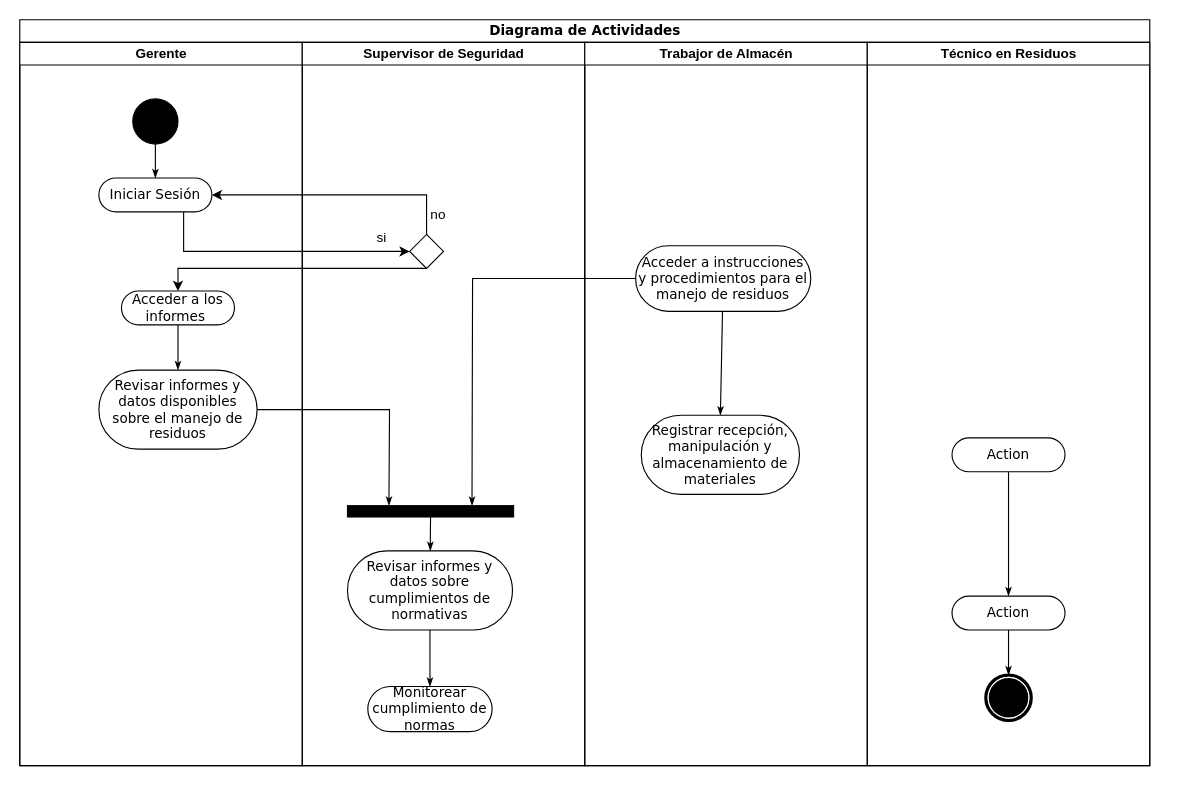
The draw.io diagram Programacion Web Diagrama Carril.drawio in misiomishi/itcj, before the edit. Source tidied: cells renumbered, new cells numbered last; positions are measured from the earlier drawing's top-left corner, leaving out a move shared by most shapes. Both pictures are drawn from the tidied source at 113%, with x=0, y=0 at pixel (19, 19).
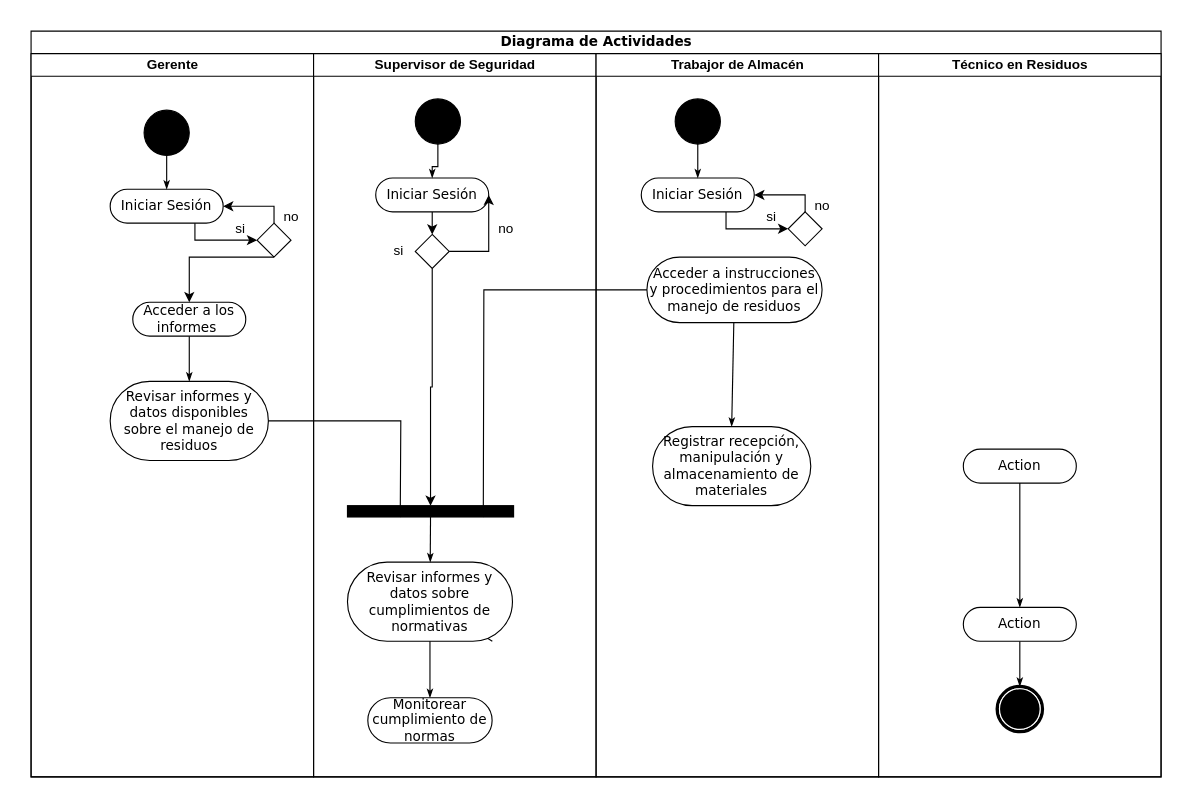
The same page after the edit.

The change refers to these unchanged cells:
```xml
<mxCell id="3" value="Gerente" style="swimlane;html=1;startSize=20;" parent="2" vertex="1">
  <mxGeometry y="20" width="250" height="640" as="geometry" />
</mxCell>
<mxCell id="4" value="Acceder a los informes&amp;nbsp;" style="rounded=1;whiteSpace=wrap;html=1;shadow=0;comic=0;labelBackgroundColor=none;strokeWidth=1;fontFamily=Verdana;fontSize=12;align=center;arcSize=50;" parent="3" vertex="1">
  <mxGeometry x="90" y="220" width="100" height="30" as="geometry" />
</mxCell>
<mxCell id="8" value="Iniciar Sesión" style="rounded=1;whiteSpace=wrap;html=1;shadow=0;comic=0;labelBackgroundColor=none;strokeWidth=1;fontFamily=Verdana;fontSize=12;align=center;arcSize=50;" parent="3" vertex="1">
  <mxGeometry x="70" y="120" width="100" height="30" as="geometry" />
</mxCell>
<mxCell id="10" value="Supervisor de Seguridad" style="swimlane;html=1;startSize=20;" parent="2" vertex="1">
  <mxGeometry x="250" y="20" width="250" height="640" as="geometry" />
</mxCell>
<mxCell id="18" value="Trabajor de Almacén" style="swimlane;html=1;startSize=20;" parent="2" vertex="1">
  <mxGeometry x="500" y="20" width="250" height="640" as="geometry" />
</mxCell>
<mxCell id="34" style="whiteSpace=wrap;html=1;rounded=0;shadow=0;comic=0;labelBackgroundColor=none;strokeWidth=1;fillColor=#000000;fontFamily=Verdana;fontSize=12;align=center;rotation=0;" parent="1" vertex="1">
  <mxGeometry x="290" y="430" width="147" height="10" as="geometry" />
</mxCell>
```

Change to the diagram source:
```diff
@@
     <mxCell id="2" value="Diagrama de Actividades" style="swimlane;html=1;startSize=20;rounded=0;shadow=0;comic=0;labelBackgroundColor=none;strokeWidth=1;fontFamily=Verdana;fontSize=12;align=center;" parent="1" vertex="1">
-      <mxGeometry width="1000" height="660" as="geometry" />
+      <mxGeometry x="10" y="10" width="1000" height="660" as="geometry" />
     </mxCell>
@@
+    <mxCell id="17" style="rhombus;whiteSpace=wrap;html=1;" parent="3" vertex="1">
+      <mxGeometry x="200" y="150" width="30" height="30" as="geometry" />
+    </mxCell>
+    <mxCell id="29" style="endArrow=classic;html=1;rounded=0;exitX=0.75;exitY=1;exitDx=0;exitDy=0;entryX=0;entryY=0.5;entryDx=0;entryDy=0;" parent="3" edge="1" source="8" target="17">
+      <mxGeometry relative="1" as="geometry">
+        <Array as="points">
+          <mxPoint x="145" y="165" />
+        </Array>
+      </mxGeometry>
+    </mxCell>
+    <mxCell id="30" style="endArrow=classic;html=1;rounded=0;exitX=0.5;exitY=0;exitDx=0;exitDy=0;entryX=1;entryY=0.5;entryDx=0;entryDy=0;" parent="3" edge="1" source="17" target="8">
+      <mxGeometry relative="1" as="geometry">
+        <Array as="points">
+          <mxPoint x="215" y="135" />
+        </Array>
+      </mxGeometry>
+    </mxCell>
+    <mxCell id="31" style="endArrow=classic;html=1;rounded=0;exitX=0.5;exitY=1;exitDx=0;exitDy=0;entryX=0.5;entryY=0;entryDx=0;entryDy=0;" parent="3" edge="1" source="17" target="4">
+      <mxGeometry relative="1" as="geometry">
+        <Array as="points">
+          <mxPoint x="140" y="180" />
+        </Array>
+      </mxGeometry>
+    </mxCell>
+    <mxCell id="32" value="no" style="text;html=1;align=center;verticalAlign=middle;strokeColor=none;fillColor=none;" parent="3" vertex="1">
+      <mxGeometry x="210" y="130" width="40" height="30" as="geometry" />
+    </mxCell>
+    <mxCell id="33" value="si" style="text;html=1;align=center;verticalAlign=middle;strokeColor=none;fillColor=none;" parent="3" vertex="1">
+      <mxGeometry x="170" y="140" width="30" height="30" as="geometry" />
+    </mxCell>
@@
     <mxCell id="12" value="Revisar informes y datos sobre cumplimientos de normativas" style="rounded=1;whiteSpace=wrap;html=1;shadow=0;comic=0;labelBackgroundColor=none;strokeWidth=1;fontFamily=Verdana;fontSize=12;align=center;arcSize=50;" parent="10" vertex="1">
-      <mxGeometry x="40" y="450" width="146" height="70" as="geometry" />
+      <mxGeometry x="30" y="450" width="146" height="70" as="geometry" />
     </mxCell>
-    <mxCell id="13" style="edgeStyle=none;rounded=0;html=1;labelBackgroundColor=none;startArrow=none;startFill=0;startSize=5;endArrow=classicThin;endFill=1;endSize=5;jettySize=auto;strokeWidth=1;fontFamily=Verdana;fontSize=12;" parent="10" edge="1" target="12">
-      <mxGeometry relative="1" as="geometry">
-        <mxPoint x="113.5" y="420" as="sourcePoint" />
-      </mxGeometry>
-    </mxCell>
@@
     <mxCell id="16" value="Monitorear cumplimiento de normas" style="rounded=1;whiteSpace=wrap;html=1;shadow=0;comic=0;labelBackgroundColor=none;strokeWidth=1;fontFamily=Verdana;fontSize=12;align=center;arcSize=50;" parent="10" vertex="1">
-      <mxGeometry x="58" y="570" width="110" height="40" as="geometry" />
+      <mxGeometry x="48" y="570" width="110" height="40" as="geometry" />
     </mxCell>
-    <mxCell id="17" style="rhombus;whiteSpace=wrap;html=1;" parent="10" vertex="1">
-      <mxGeometry x="95" y="170" width="30" height="30" as="geometry" />
-    </mxCell>
+    <mxCell id="35" style="ellipse;whiteSpace=wrap;html=1;rounded=0;shadow=0;comic=0;labelBackgroundColor=none;strokeWidth=1;fillColor=#000000;fontFamily=Verdana;fontSize=12;align=center;" parent="10" vertex="1">
+      <mxGeometry x="90" y="40" width="40" height="40" as="geometry" />
+    </mxCell>
+    <mxCell id="36" value="Iniciar Sesión" style="rounded=1;whiteSpace=wrap;html=1;shadow=0;comic=0;labelBackgroundColor=none;strokeWidth=1;fontFamily=Verdana;fontSize=12;align=center;arcSize=50;" parent="10" vertex="1">
+      <mxGeometry x="55" y="110" width="100" height="30" as="geometry" />
+    </mxCell>
+    <mxCell id="37" style="edgeStyle=orthogonalEdgeStyle;rounded=0;html=1;labelBackgroundColor=none;startArrow=none;startFill=0;startSize=5;endArrow=classicThin;endFill=1;endSize=5;jettySize=auto;strokeWidth=1;fontFamily=Verdana;fontSize=12;" parent="10" edge="1" source="35" target="36">
+      <mxGeometry relative="1" as="geometry" />
+    </mxCell>
+    <mxCell id="38" style="rhombus;whiteSpace=wrap;html=1;" parent="10" vertex="1">
+      <mxGeometry x="90" y="160" width="30" height="30" as="geometry" />
+    </mxCell>
+    <mxCell id="39" style="endArrow=classic;html=1;rounded=0;exitX=0.5;exitY=1;exitDx=0;exitDy=0;" parent="10" edge="1" source="36">
+      <mxGeometry relative="1" as="geometry">
+        <mxPoint x="105" y="160" as="targetPoint" />
+      </mxGeometry>
+    </mxCell>
+    <mxCell id="40" style="endArrow=classic;html=1;rounded=0;exitX=1;exitY=0.5;exitDx=0;exitDy=0;entryX=1;entryY=0.5;entryDx=0;entryDy=0;" parent="10" edge="1" source="38" target="36">
+      <mxGeometry relative="1" as="geometry">
+        <Array as="points">
+          <mxPoint x="155" y="175" />
+        </Array>
+      </mxGeometry>
+    </mxCell>
+    <mxCell id="41" value="si" style="text;html=1;align=center;verticalAlign=middle;strokeColor=none;fillColor=none;" parent="10" vertex="1">
+      <mxGeometry x="60" y="160" width="30" height="30" as="geometry" />
+    </mxCell>
+    <mxCell id="42" value="no" style="text;html=1;align=center;verticalAlign=middle;strokeColor=none;fillColor=none;" parent="10" vertex="1">
+      <mxGeometry x="150" y="140" width="40" height="30" as="geometry" />
+    </mxCell>
@@
+    <mxCell id="43" style="ellipse;whiteSpace=wrap;html=1;rounded=0;shadow=0;comic=0;labelBackgroundColor=none;strokeWidth=1;fillColor=#000000;fontFamily=Verdana;fontSize=12;align=center;" parent="18" vertex="1">
+      <mxGeometry x="70" y="40" width="40" height="40" as="geometry" />
+    </mxCell>
+    <mxCell id="44" value="Iniciar Sesión" style="rounded=1;whiteSpace=wrap;html=1;shadow=0;comic=0;labelBackgroundColor=none;strokeWidth=1;fontFamily=Verdana;fontSize=12;align=center;arcSize=50;" parent="18" vertex="1">
+      <mxGeometry x="40" y="110" width="100" height="30" as="geometry" />
+    </mxCell>
+    <mxCell id="45" style="edgeStyle=orthogonalEdgeStyle;rounded=0;html=1;labelBackgroundColor=none;startArrow=none;startFill=0;startSize=5;endArrow=classicThin;endFill=1;endSize=5;jettySize=auto;strokeWidth=1;fontFamily=Verdana;fontSize=12;" parent="18" edge="1" source="43" target="44">
+      <mxGeometry relative="1" as="geometry" />
+    </mxCell>
+    <mxCell id="46" style="rhombus;whiteSpace=wrap;html=1;" parent="18" vertex="1">
+      <mxGeometry x="170" y="140" width="30" height="30" as="geometry" />
+    </mxCell>
+    <mxCell id="47" style="endArrow=classic;html=1;rounded=0;exitX=0.75;exitY=1;exitDx=0;exitDy=0;entryX=0;entryY=0.5;entryDx=0;entryDy=0;" parent="18" edge="1" source="44" target="46">
+      <mxGeometry relative="1" as="geometry">
+        <Array as="points">
+          <mxPoint x="115" y="155" />
+        </Array>
+      </mxGeometry>
+    </mxCell>
+    <mxCell id="48" style="endArrow=classic;html=1;rounded=0;exitX=0.5;exitY=0;exitDx=0;exitDy=0;entryX=1;entryY=0.5;entryDx=0;entryDy=0;" parent="18" edge="1" source="46" target="44">
+      <mxGeometry relative="1" as="geometry">
+        <Array as="points">
+          <mxPoint x="185" y="125" />
+        </Array>
+      </mxGeometry>
+    </mxCell>
+    <mxCell id="49" value="si" style="text;html=1;align=center;verticalAlign=middle;strokeColor=none;fillColor=none;" parent="18" vertex="1">
+      <mxGeometry x="140" y="130" width="30" height="30" as="geometry" />
+    </mxCell>
+    <mxCell id="50" value="no" style="text;html=1;align=center;verticalAlign=middle;strokeColor=none;fillColor=none;" parent="18" vertex="1">
+      <mxGeometry x="180" y="120" width="40" height="30" as="geometry" />
+    </mxCell>
@@
-    <mxCell id="29" style="endArrow=classic;html=1;rounded=0;exitX=0.75;exitY=1;exitDx=0;exitDy=0;entryX=0;entryY=0.5;entryDx=0;entryDy=0;" parent="2" edge="1" source="8" target="17">
-      <mxGeometry relative="1" as="geometry">
-        <Array as="points">
-          <mxPoint x="145" y="205" />
-        </Array>
-      </mxGeometry>
-    </mxCell>
-    <mxCell id="30" style="endArrow=classic;html=1;rounded=0;exitX=0.5;exitY=0;exitDx=0;exitDy=0;entryX=1;entryY=0.5;entryDx=0;entryDy=0;" parent="2" edge="1" source="17" target="8">
-      <mxGeometry relative="1" as="geometry">
-        <Array as="points">
-          <mxPoint x="360" y="155" />
-        </Array>
-      </mxGeometry>
-    </mxCell>
-    <mxCell id="31" style="endArrow=classic;html=1;rounded=0;exitX=0.5;exitY=1;exitDx=0;exitDy=0;entryX=0.5;entryY=0;entryDx=0;entryDy=0;" parent="2" edge="1" source="17" target="4">
-      <mxGeometry relative="1" as="geometry">
-        <Array as="points">
-          <mxPoint x="140" y="220" />
-        </Array>
-      </mxGeometry>
-    </mxCell>
-    <mxCell id="32" value="no" style="text;html=1;align=center;verticalAlign=middle;strokeColor=none;fillColor=none;" parent="1" vertex="1">
-      <mxGeometry x="350" y="158" width="40" height="30" as="geometry" />
-    </mxCell>
-    <mxCell id="33" value="si" style="text;html=1;align=center;verticalAlign=middle;strokeColor=none;fillColor=none;" parent="1" vertex="1">
-      <mxGeometry x="305" y="178" width="30" height="30" as="geometry" />
-    </mxCell>
@@
+    <mxCell id="13" style="edgeStyle=none;rounded=0;html=1;labelBackgroundColor=none;startArrow=none;startFill=0;startSize=5;endArrow=classicThin;endFill=1;endSize=5;jettySize=auto;strokeWidth=1;fontFamily=Verdana;fontSize=12;exitX=0.5;exitY=1;exitDx=0;exitDy=0;" parent="1" edge="1" source="34" target="12">
+      <mxGeometry relative="1" as="geometry" />
+    </mxCell>
+    <mxCell id="51" style="edgeStyle=orthogonalEdgeStyle;rounded=0;jettySize=auto;html=1;exitX=0.5;exitY=1;exitDx=0;exitDy=0;entryX=0.5;entryY=0;entryDx=0;entryDy=0;" parent="1" edge="1" source="38" target="34">
+      <mxGeometry relative="1" as="geometry" />
+    </mxCell>
```
